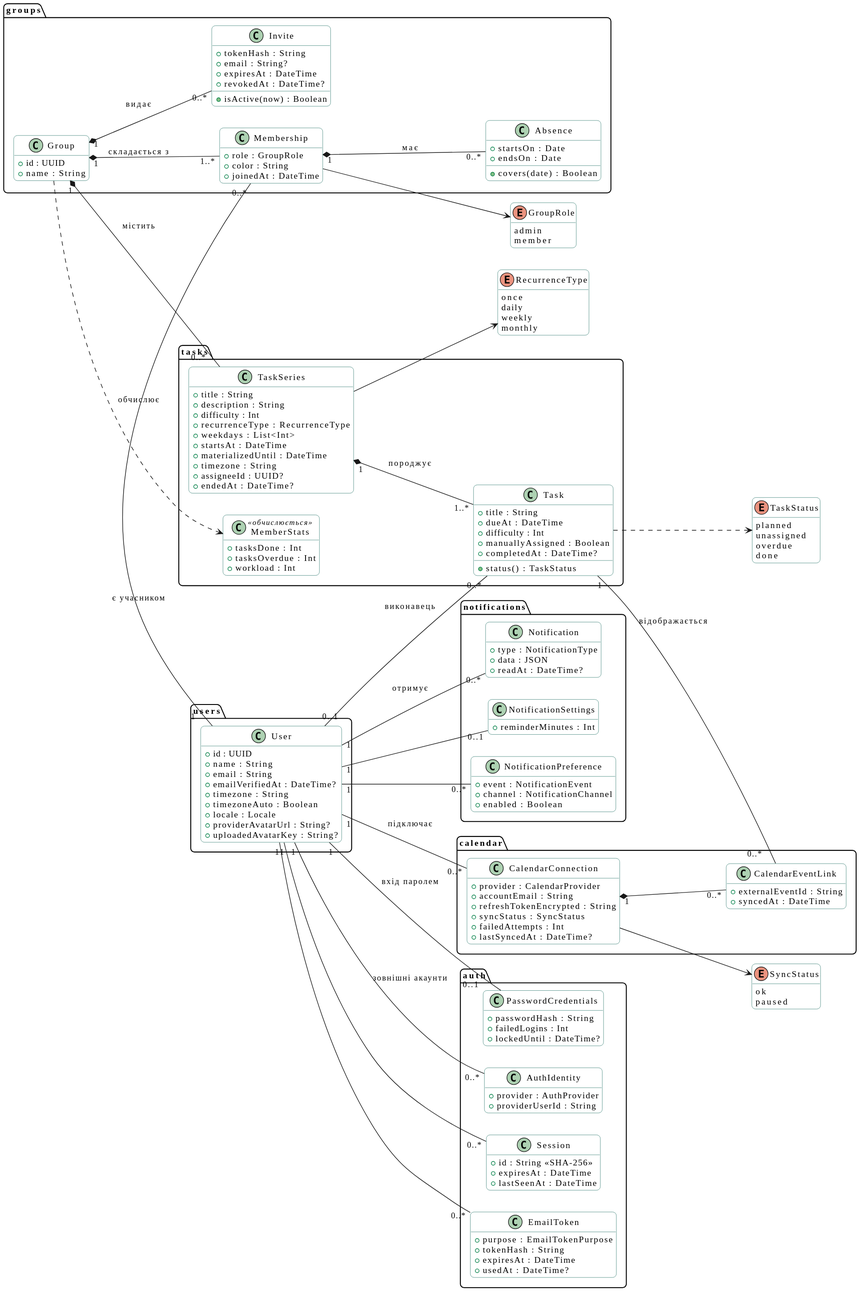
Before: docs/diagrams/class/svg/domain-model.svg, a diagram exported from PlantUML (mzabrodin/Errandly).
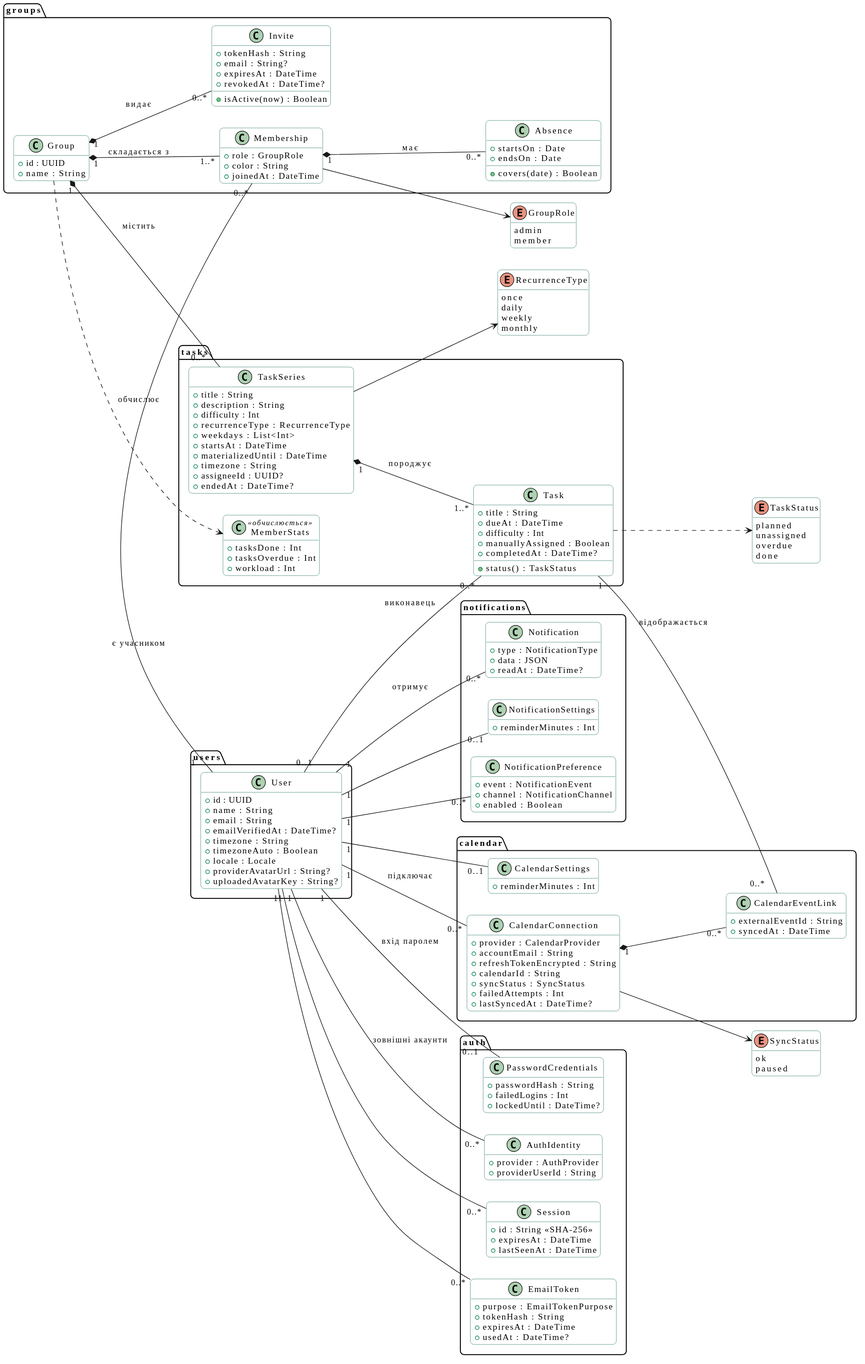
The same file after the commit.

Change to the diagram source:
```diff
@@ -123,9 +123,13 @@
     +provider : CalendarProvider
     +accountEmail : String
     +refreshTokenEncrypted : String
+    +calendarId : String
     +syncStatus : SyncStatus
     +failedAttempts : Int
     +lastSyncedAt : DateTime?
+  }
+  class CalendarSettings {
+    +reminderMinutes : Int
   }
   class CalendarEventLink {
     +externalEventId : String
@@ -169,6 +173,7 @@
 User "1" -- "0..*" Notification : отримує
 User "1" -- "0..1" NotificationSettings
 User "1" -- "0..*" NotificationPreference
+User "1" -- "0..1" CalendarSettings
 User "1" -- "0..*" CalendarConnection : підключає
 CalendarConnection "1" *-- "0..*" CalendarEventLink
 Task "1" -- "0..*" CalendarEventLink : відображається
```
